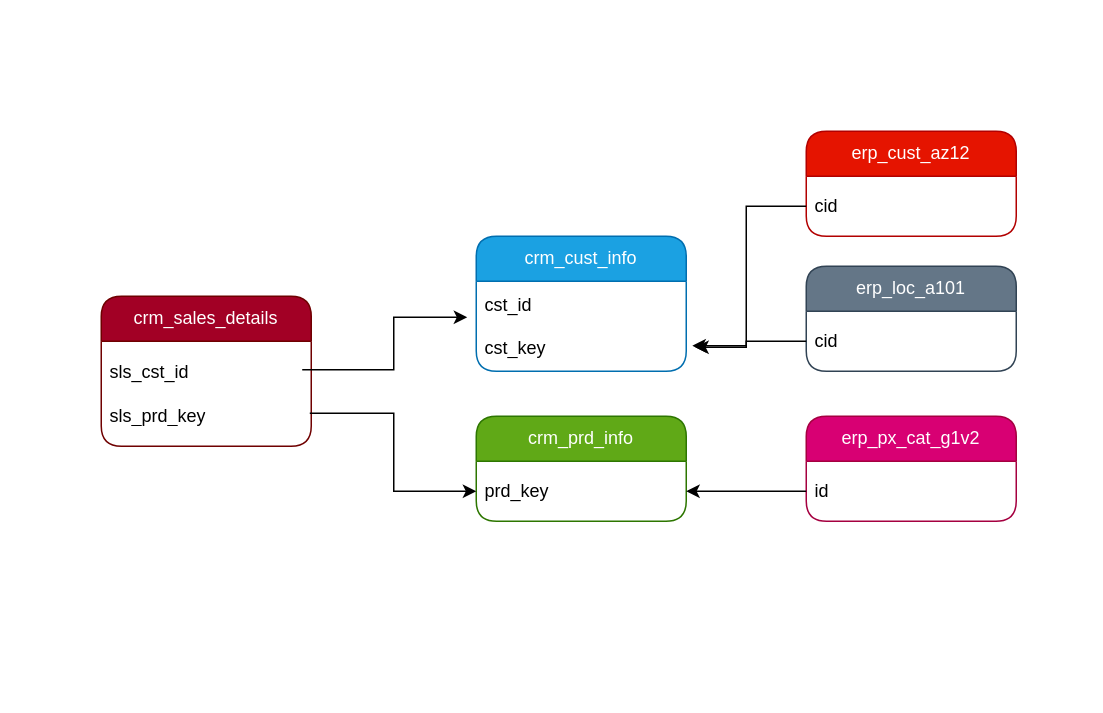
Above: docs/Integration_Model.drawio in KJ-Work-Git/SQL-DWH-Project (draw.io), before the change. Source tidied: cells renumbered, new cells numbered last; positions are measured from the earlier drawing's top-left corner, leaving out a move shared by most shapes. Both pictures are drawn from the tidied source at 150%, with x=0, y=0 at pixel (100, 130).
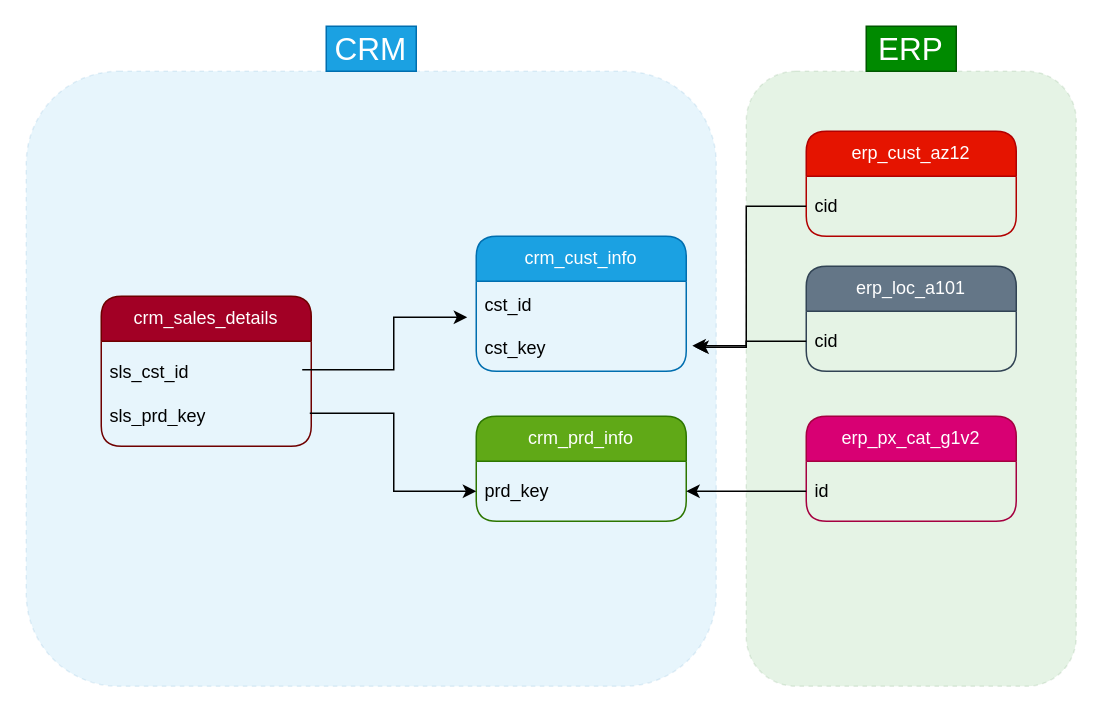
Above is the later version.

What changed in the source:
```diff
@@
+    <mxCell id="20" style="rounded=1;whiteSpace=wrap;html=1;fillColor=#1ba1e2;dashed=1;fillStyle=auto;fontColor=#ffffff;strokeColor=#006EAF;opacity=10;" parent="1" vertex="1">
+      <mxGeometry x="-50" y="-40" width="460" height="410" as="geometry" />
+    </mxCell>
+    <mxCell id="21" style="rounded=1;whiteSpace=wrap;html=1;fillColor=#008a00;dashed=1;fontColor=#ffffff;strokeColor=#005700;opacity=10;" parent="1" vertex="1">
+      <mxGeometry x="430" y="-40" width="220" height="410" as="geometry" />
+    </mxCell>
@@
+    <mxCell id="22" value="&lt;font style=&quot;font-size: 21px;&quot;&gt;CRM&lt;/font&gt;" style="text;html=1;whiteSpace=wrap;strokeColor=#006EAF;fillColor=#1ba1e2;align=center;verticalAlign=middle;rounded=0;fontColor=#ffffff;" parent="1" vertex="1">
+      <mxGeometry x="150" y="-70" width="60" height="30" as="geometry" />
+    </mxCell>
+    <mxCell id="23" value="&lt;font style=&quot;font-size: 21px;&quot;&gt;ERP&lt;/font&gt;" style="text;html=1;whiteSpace=wrap;strokeColor=#005700;fillColor=#008a00;align=center;verticalAlign=middle;rounded=0;fontColor=#ffffff;" parent="1" vertex="1">
+      <mxGeometry x="510" y="-70" width="60" height="30" as="geometry" />
+    </mxCell>
```
